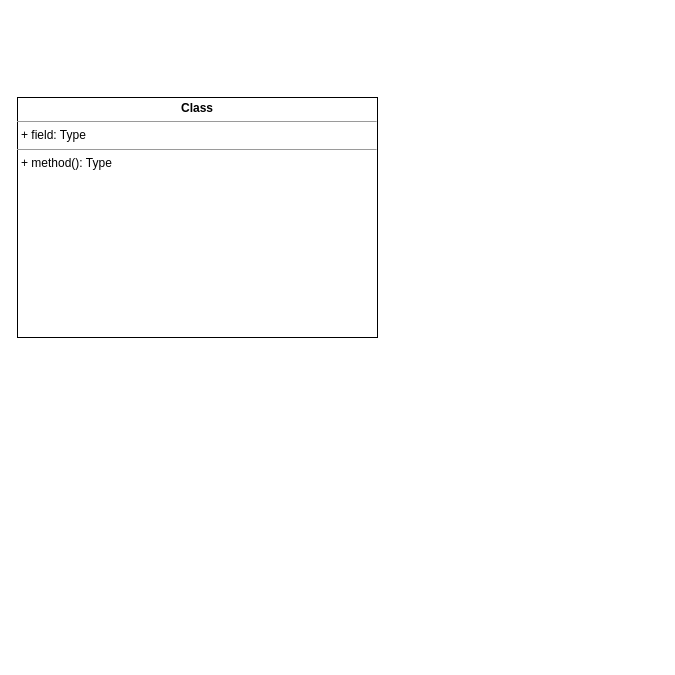
Before: UNI-15928.drawio in ShiryaevNikolay/diagrams, a draw.io diagram. Source tidied: cells renumbered, new cells numbered last; positions are measured from the earlier drawing's top-left corner, leaving out a move shared by most shapes. Both pictures are drawn from the tidied source at 100%, with x=0, y=0 at pixel (17, 97).
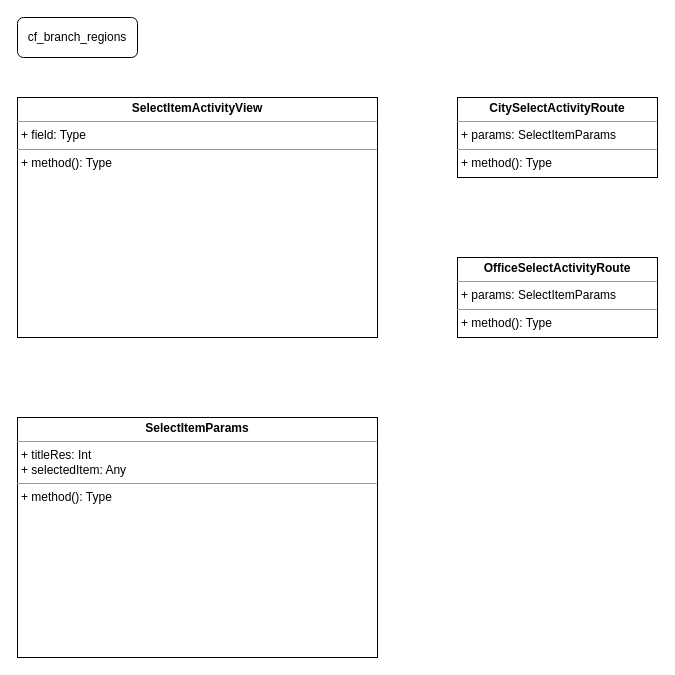
After the change.

Change to the diagram source:
```diff
@@
 <mxGraphModel>
   <root>
     <mxCell id="0" />
     <mxCell id="1" parent="0" />
-    <mxCell id="2" value="&lt;p style=&quot;margin:0px;margin-top:4px;text-align:center;&quot;&gt;&lt;b&gt;Class&lt;/b&gt;&lt;/p&gt;&lt;hr size=&quot;1&quot;/&gt;&lt;p style=&quot;margin:0px;margin-left:4px;&quot;&gt;+ field: Type&lt;/p&gt;&lt;hr size=&quot;1&quot;/&gt;&lt;p style=&quot;margin:0px;margin-left:4px;&quot;&gt;+ method(): Type&lt;/p&gt;" style="verticalAlign=top;align=left;overflow=fill;fontSize=12;fontFamily=Helvetica;html=1;" parent="1" vertex="1">
+    <mxCell id="2" value="&lt;p style=&quot;margin: 0px ; margin-top: 4px ; text-align: center&quot;&gt;&lt;b&gt;SelectItemActivityView&lt;/b&gt;&lt;/p&gt;&lt;hr size=&quot;1&quot;&gt;&lt;p style=&quot;margin: 0px ; margin-left: 4px&quot;&gt;+ field: Type&lt;/p&gt;&lt;hr size=&quot;1&quot;&gt;&lt;p style=&quot;margin: 0px ; margin-left: 4px&quot;&gt;+ method(): Type&lt;/p&gt;" style="verticalAlign=top;align=left;overflow=fill;fontSize=12;fontFamily=Helvetica;html=1;" parent="1" vertex="1">
       <mxGeometry width="360" height="240" as="geometry" />
     </mxCell>
+    <mxCell id="3" value="&lt;p style=&quot;margin: 0px ; margin-top: 4px ; text-align: center&quot;&gt;&lt;b&gt;CitySelectActivityRoute&lt;/b&gt;&lt;/p&gt;&lt;hr size=&quot;1&quot;&gt;&lt;p style=&quot;margin: 0px ; margin-left: 4px&quot;&gt;+ params: SelectItemParams&lt;br&gt;&lt;/p&gt;&lt;hr size=&quot;1&quot;&gt;&lt;p style=&quot;margin: 0px ; margin-left: 4px&quot;&gt;+ method(): Type&lt;/p&gt;" style="verticalAlign=top;align=left;overflow=fill;fontSize=12;fontFamily=Helvetica;html=1;" parent="1" vertex="1">
+      <mxGeometry x="440" width="200" height="80" as="geometry" />
+    </mxCell>
+    <mxCell id="4" value="&lt;p style=&quot;margin: 0px ; margin-top: 4px ; text-align: center&quot;&gt;&lt;b&gt;SelectItemParams&lt;/b&gt;&lt;br&gt;&lt;/p&gt;&lt;hr size=&quot;1&quot;&gt;&lt;p style=&quot;margin: 0px ; margin-left: 4px&quot;&gt;+ titleRes: Int&lt;/p&gt;&lt;p style=&quot;margin: 0px ; margin-left: 4px&quot;&gt;+ selectedItem: Any&lt;/p&gt;&lt;hr size=&quot;1&quot;&gt;&lt;p style=&quot;margin: 0px ; margin-left: 4px&quot;&gt;+ method(): Type&lt;/p&gt;" style="verticalAlign=top;align=left;overflow=fill;fontSize=12;fontFamily=Helvetica;html=1;" parent="1" vertex="1">
+      <mxGeometry y="320" width="360" height="240" as="geometry" />
+    </mxCell>
+    <mxCell id="5" value="&lt;p style=&quot;margin: 0px ; margin-top: 4px ; text-align: center&quot;&gt;&lt;b&gt;OfficeSelectActivityRoute&lt;/b&gt;&lt;/p&gt;&lt;hr size=&quot;1&quot;&gt;&lt;p style=&quot;margin: 0px ; margin-left: 4px&quot;&gt;+ params: SelectItemParams&lt;br&gt;&lt;/p&gt;&lt;hr size=&quot;1&quot;&gt;&lt;p style=&quot;margin: 0px ; margin-left: 4px&quot;&gt;+ method(): Type&lt;/p&gt;" style="verticalAlign=top;align=left;overflow=fill;fontSize=12;fontFamily=Helvetica;html=1;" parent="1" vertex="1">
+      <mxGeometry x="440" y="160" width="200" height="80" as="geometry" />
+    </mxCell>
+    <mxCell id="6" value="&lt;div&gt;cf_branch_regions&lt;/div&gt;" style="rounded=1;whiteSpace=wrap;html=1;" parent="1" vertex="1">
+      <mxGeometry y="-80" width="120" height="40" as="geometry" />
+    </mxCell>
   </root>
 </mxGraphModel>
```
